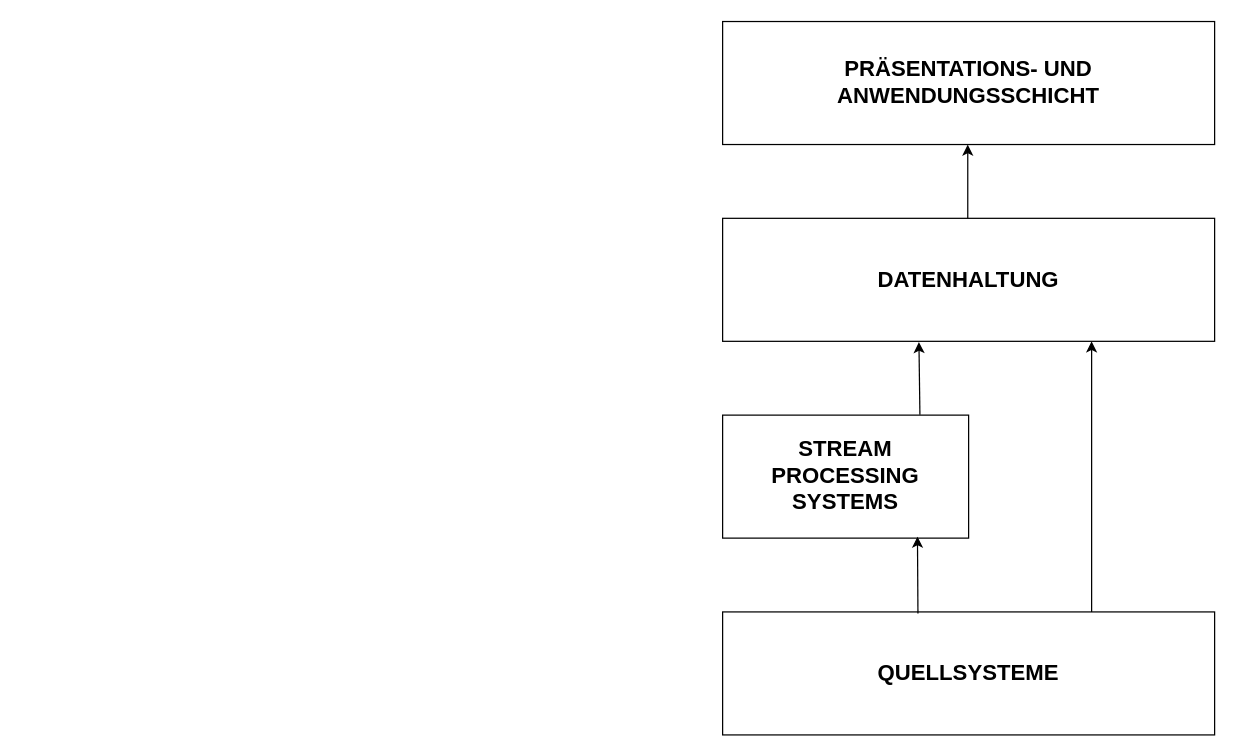
The draw.io diagram Gesamtarchitektur.drawio in ChFries/DLBINGDABD01, before the edit. Source tidied: cells renumbered, new cells numbered last; positions are measured from the earlier drawing's top-left corner, leaving out a move shared by most shapes. Both pictures are drawn from the tidied source at 123%, with x=0, y=0 at pixel (722, 21).
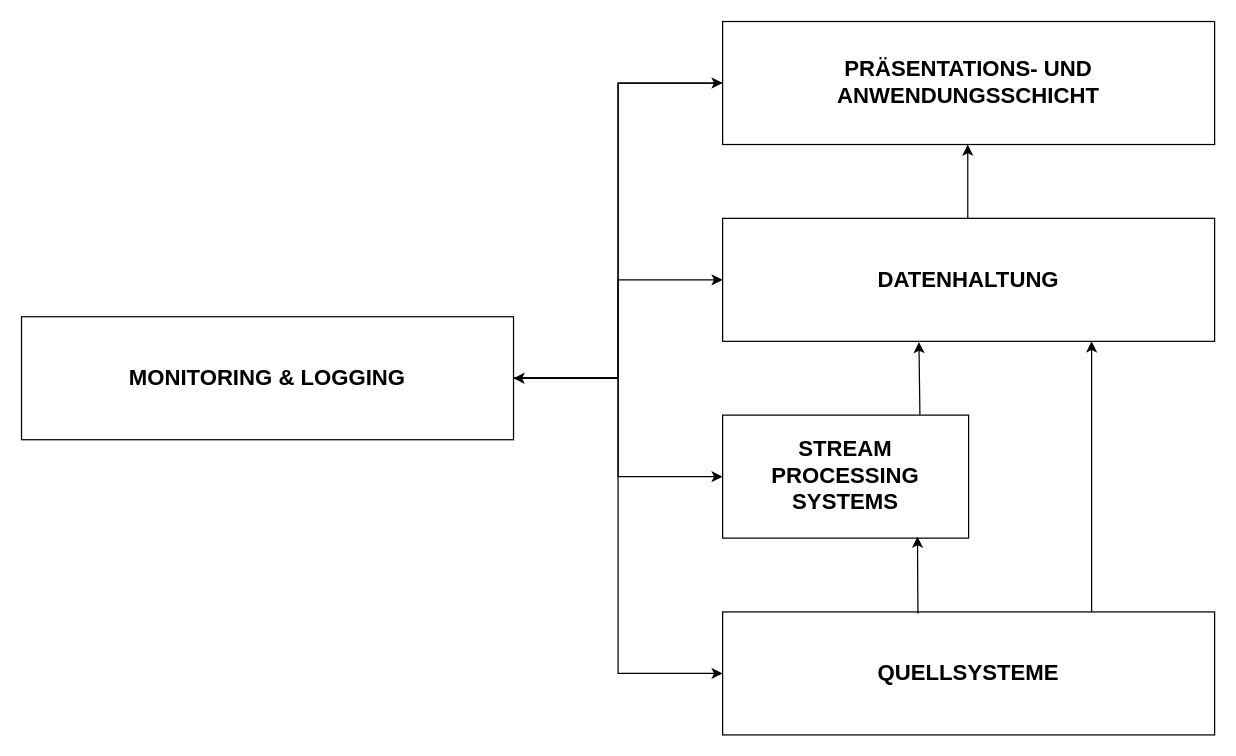
The same page after the edit.

Change to the diagram source:
```diff
@@
 <mxGraphModel>
   <root>
     <mxCell id="0" />
     <mxCell id="1" parent="0" />
     <mxCell id="2" value="&lt;h2&gt;QUELLSYSTEME&lt;/h2&gt;" style="rounded=0;whiteSpace=wrap;html=1;" parent="1" vertex="1">
       <mxGeometry y="480" width="400" height="100" as="geometry" />
     </mxCell>
     <mxCell id="3" value="&lt;h2&gt;STREAM PROCESSING SYSTEMS&lt;br&gt;&lt;/h2&gt;" style="rounded=0;whiteSpace=wrap;html=1;" parent="1" vertex="1">
       <mxGeometry y="320" width="200" height="100" as="geometry" />
     </mxCell>
     <mxCell id="4" value="&lt;h2&gt;DATENHALTUNG&lt;br&gt;&lt;/h2&gt;" style="rounded=0;whiteSpace=wrap;html=1;" parent="1" vertex="1">
       <mxGeometry y="160" width="400" height="100" as="geometry" />
     </mxCell>
+    <mxCell id="10" style="edgeStyle=orthogonalEdgeStyle;rounded=0;jettySize=auto;html=1;entryX=1;entryY=0.5;entryDx=0;entryDy=0;" parent="1" edge="1" source="5" target="15">
+      <mxGeometry relative="1" as="geometry" />
+    </mxCell>
     <mxCell id="5" value="&lt;h2&gt;PRÄSENTATIONS- UND ANWENDUNGSSCHICHT&lt;br&gt;&lt;/h2&gt;" style="rounded=0;whiteSpace=wrap;html=1;" parent="1" vertex="1">
       <mxGeometry width="400" height="100" as="geometry" />
     </mxCell>
     <mxCell id="6" style="endArrow=classic;html=1;rounded=0;entryX=0.75;entryY=1;entryDx=0;entryDy=0;" parent="1" edge="1" target="4">
       <mxGeometry relative="1" as="geometry">
         <mxPoint x="300" y="480" as="sourcePoint" />
       </mxGeometry>
     </mxCell>
     <mxCell id="7" style="endArrow=classic;html=1;rounded=0;exitX=0.397;exitY=0.012;exitDx=0;exitDy=0;exitPerimeter=0;entryX=0.792;entryY=0.988;entryDx=0;entryDy=0;entryPerimeter=0;" parent="1" edge="1" source="2" target="3">
       <mxGeometry relative="1" as="geometry" />
     </mxCell>
     <mxCell id="8" style="endArrow=classic;html=1;rounded=0;entryX=0.399;entryY=1.006;entryDx=0;entryDy=0;entryPerimeter=0;exitX=0.802;exitY=-0.003;exitDx=0;exitDy=0;exitPerimeter=0;" parent="1" edge="1" source="3" target="4">
       <mxGeometry relative="1" as="geometry" />
     </mxCell>
     <mxCell id="9" style="endArrow=classic;html=1;rounded=0;exitX=0.75;exitY=0;exitDx=0;exitDy=0;entryX=0.75;entryY=1;entryDx=0;entryDy=0;" parent="1" edge="1">
       <mxGeometry relative="1" as="geometry">
         <mxPoint x="199.3" y="160" as="sourcePoint" />
         <mxPoint x="199.3" y="100" as="targetPoint" />
       </mxGeometry>
     </mxCell>
+    <mxCell id="11" style="edgeStyle=orthogonalEdgeStyle;rounded=0;jettySize=auto;html=1;entryX=0;entryY=0.5;entryDx=0;entryDy=0;" parent="1" edge="1" source="15" target="4">
+      <mxGeometry relative="1" as="geometry" />
+    </mxCell>
+    <mxCell id="12" style="edgeStyle=orthogonalEdgeStyle;rounded=0;jettySize=auto;html=1;entryX=0;entryY=0.5;entryDx=0;entryDy=0;" parent="1" edge="1" source="15" target="3">
+      <mxGeometry relative="1" as="geometry" />
+    </mxCell>
+    <mxCell id="13" style="edgeStyle=orthogonalEdgeStyle;rounded=0;jettySize=auto;html=1;entryX=0;entryY=0.5;entryDx=0;entryDy=0;" parent="1" edge="1" source="15" target="2">
+      <mxGeometry relative="1" as="geometry" />
+    </mxCell>
+    <mxCell id="14" style="edgeStyle=orthogonalEdgeStyle;rounded=0;jettySize=auto;html=1;entryX=0;entryY=0.5;entryDx=0;entryDy=0;" parent="1" edge="1" source="15" target="5">
+      <mxGeometry relative="1" as="geometry" />
+    </mxCell>
+    <mxCell id="15" value="MONITORING &amp;amp; LOGGING" style="rounded=0;whiteSpace=wrap;html=1;fontSize=18;fontStyle=1;" parent="1" vertex="1">
+      <mxGeometry x="-570" y="240" width="400" height="100" as="geometry" />
+    </mxCell>
   </root>
 </mxGraphModel>
```
